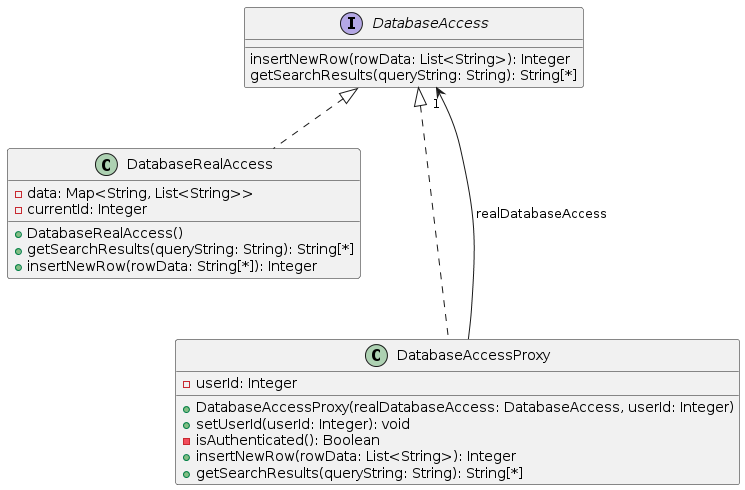
The PlantUML diagram 1er_semestre/OO2/Practicas/Practica_resuelta/ejercicio14/UML.png in Pedro0604/3ro-LS-LI-APU, before a commit. The source it was exported from:
```plantuml
@startuml
interface DatabaseAccess {
	insertNewRow(rowData: List<String>): Integer
	getSearchResults(queryString: String): String[*]
}

class DatabaseRealAccess implements DatabaseAccess {
	-data: Map<String, List<String>>
	-currentId: Integer
	+DatabaseRealAccess()
	+getSearchResults(queryString: String): String[*]
	+insertNewRow(rowData: String[*]): Integer
}

class DatabaseAccessProxy implements DatabaseAccess {
	-userId: Integer
	+DatabaseAccessProxy(realDatabaseAccess: DatabaseAccess, userId: Integer)
	+setUserId(userId: Integer): void
	-isAuthenticated(): Boolean
	+insertNewRow(rowData: List<String>): Integer
	+getSearchResults(queryString: String): String[*]
}

DatabaseAccessProxy ---> "1" DatabaseAccess : realDatabaseAccess
@enduml
```
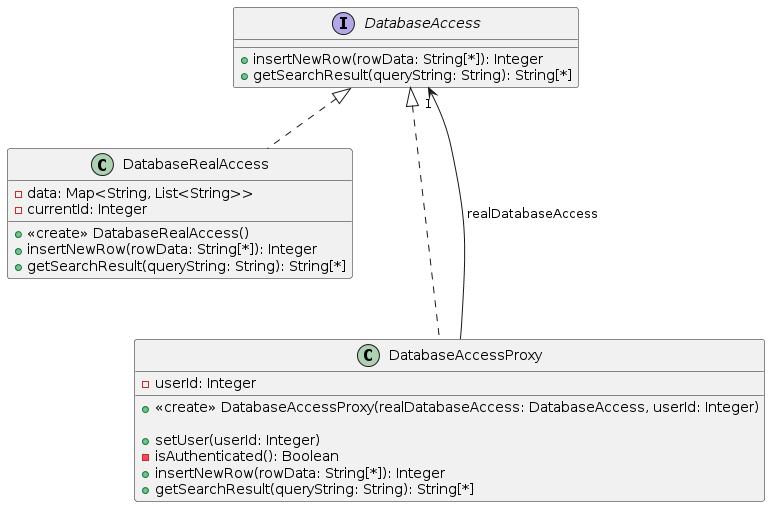
Above is the later version.

Diff of the diagram source:
```diff
@@ -1,25 +1,28 @@
 @startuml
-interface DatabaseAccess {
-	insertNewRow(rowData: List<String>): Integer
-	getSearchResults(queryString: String): String[*]
+interface DatabaseAccess{
+  +insertNewRow(rowData: String[*]): Integer
+  +getSearchResult(queryString: String): String[*]
 }
 
-class DatabaseRealAccess implements DatabaseAccess {
-	-data: Map<String, List<String>>
-	-currentId: Integer
-	+DatabaseRealAccess()
-	+getSearchResults(queryString: String): String[*]
-	+insertNewRow(rowData: String[*]): Integer
+class DatabaseRealAccess implements DatabaseAccess{
+  -data: Map<String, List<String>>
+  -currentId: Integer
+
+  +<<create>> DatabaseRealAccess()
+  +insertNewRow(rowData: String[*]): Integer
+  +getSearchResult(queryString: String): String[*]
 }
 
-class DatabaseAccessProxy implements DatabaseAccess {
-	-userId: Integer
-	+DatabaseAccessProxy(realDatabaseAccess: DatabaseAccess, userId: Integer)
-	+setUserId(userId: Integer): void
-	-isAuthenticated(): Boolean
-	+insertNewRow(rowData: List<String>): Integer
-	+getSearchResults(queryString: String): String[*]
+class DatabaseAccessProxy implements DatabaseAccess{
+  -userId: Integer
+
+  +<<create>> DatabaseAccessProxy(realDatabaseAccess: DatabaseAccess, userId: Integer)
+
+  +setUser(userId: Integer)
+  -isAuthenticated(): Boolean
+  +insertNewRow(rowData: String[*]): Integer
+  +getSearchResult(queryString: String): String[*]
 }
 
-DatabaseAccessProxy ---> "1" DatabaseAccess : realDatabaseAccess
+DatabaseAccessProxy ---> "1" DatabaseAccess: "realDatabaseAccess"
 @enduml
```
